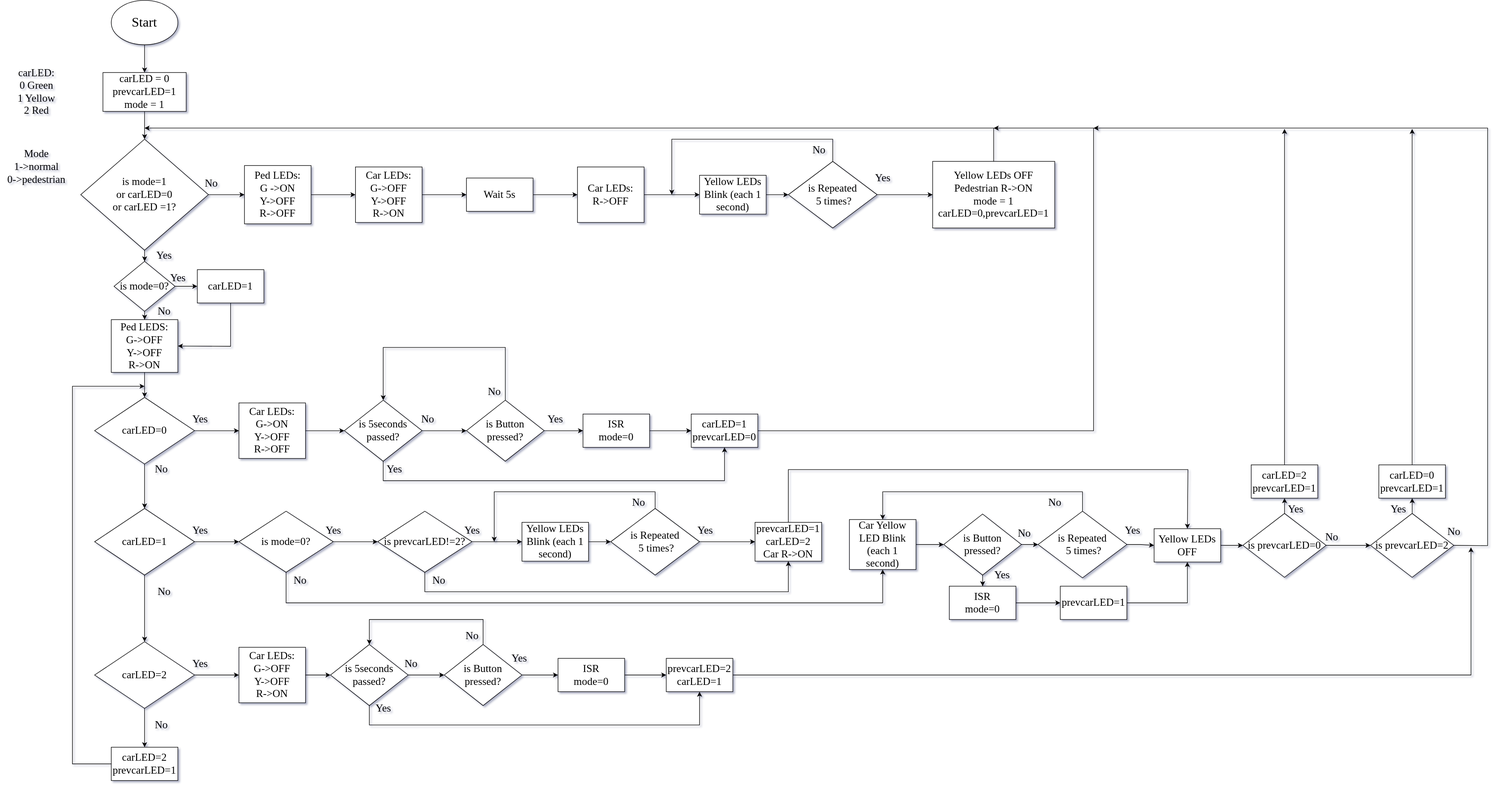
The draw.io diagram Program Flow Chart.svg in FahdSeddik/ESND-On-demand-Traffic-light-control, before a commit. Source tidied: cells renumbered, new cells last; positions are measured from the earlier drawing's top-left corner, leaving out a move shared by most shapes.
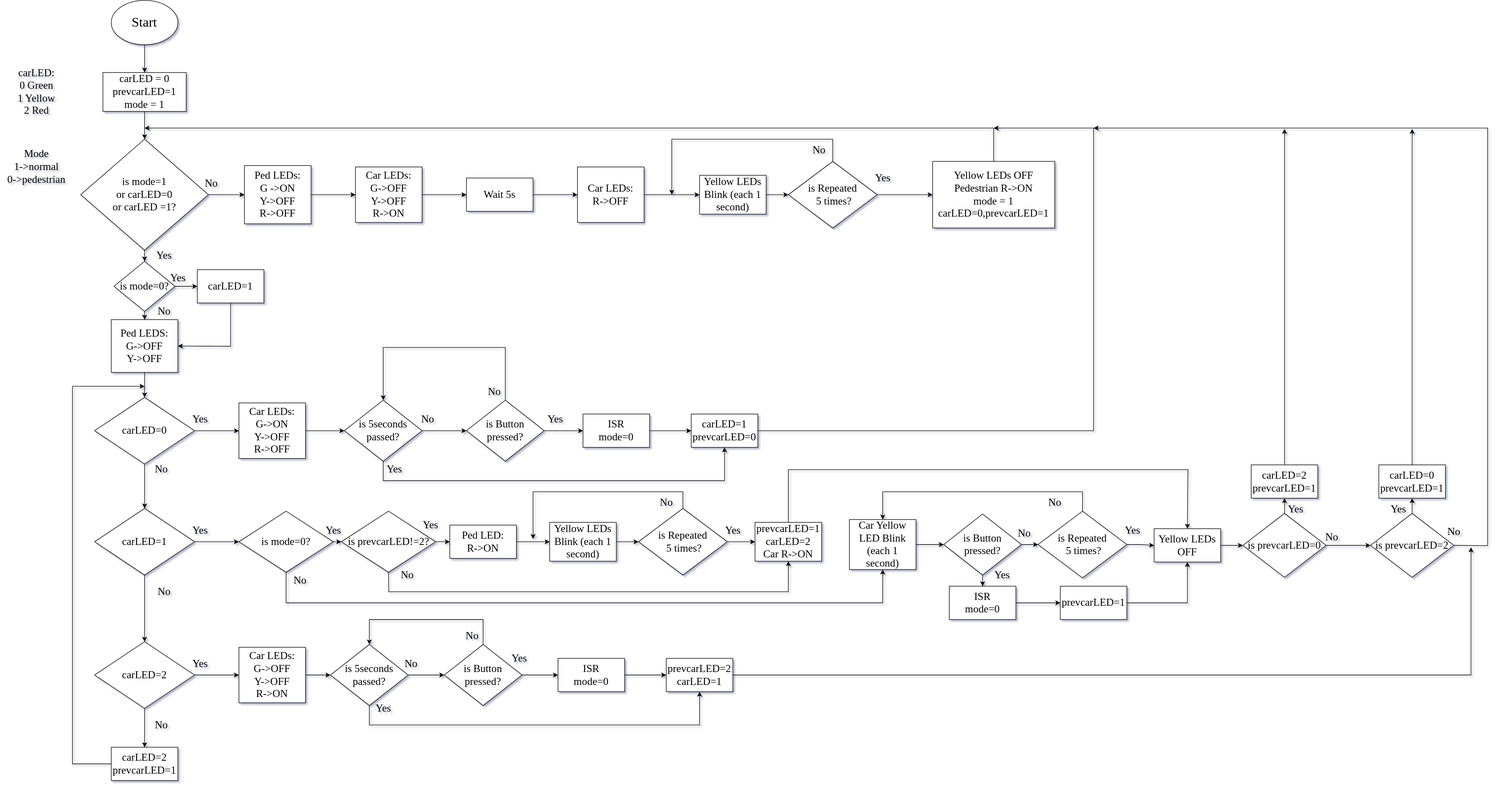
Above is the later version.

What changed in the source:
```diff
@@ -231,57 +231,57 @@
     <mxCell id="62" value="Mode&lt;br&gt;1-&amp;gt;normal&lt;br&gt;0-&amp;gt;pedestrian" style="text;html=1;align=center;verticalAlign=middle;strokeColor=none;fillColor=none;fontSize=19;fontFamily=Times New Roman;" parent="1" vertex="1">
       <mxGeometry y="260" width="130" height="80" as="geometry" />
     </mxCell>
-    <mxCell id="63" style="edgeStyle=orthogonalEdgeStyle;rounded=0;jettySize=auto;html=1;entryX=0;entryY=0.5;entryDx=0;entryDy=0;fontFamily=Times New Roman;fontSize=19;" parent="1" edge="1" source="64" target="66">
-      <mxGeometry relative="1" as="geometry" />
-    </mxCell>
+    <mxCell id="139" style="edgeStyle=orthogonalEdgeStyle;rounded=0;jettySize=auto;html=1;fontFamily=Times New Roman;fontSize=19;" parent="1" edge="1" source="64" target="141">
+      <mxGeometry relative="1" as="geometry" />
+    </mxCell>
     <mxCell id="64" value="is prevcarLED!=2?" style="rhombus;whiteSpace=wrap;html=1;fontFamily=Times New Roman;fontSize=19;" parent="1" vertex="1">
-      <mxGeometry x="680" y="920" width="170" height="110" as="geometry" />
+      <mxGeometry x="614.5" y="920" width="170" height="110" as="geometry" />
     </mxCell>
     <mxCell id="65" style="edgeStyle=orthogonalEdgeStyle;rounded=0;jettySize=auto;html=1;fontFamily=Times New Roman;fontSize=19;" parent="1" edge="1" source="66">
       <mxGeometry relative="1" as="geometry">
-        <mxPoint x="1100" y="975" as="targetPoint" />
+        <mxPoint x="1150" y="975" as="targetPoint" />
       </mxGeometry>
     </mxCell>
     <mxCell id="66" value="Yellow LEDs Blink (each 1 second)" style="whiteSpace=wrap;html=1;fontSize=19;fontFamily=Times New Roman;" parent="1" vertex="1">
-      <mxGeometry x="940" y="940" width="120" height="70" as="geometry" />
+      <mxGeometry x="990" y="940" width="120" height="70" as="geometry" />
     </mxCell>
     <mxCell id="67" style="edgeStyle=orthogonalEdgeStyle;rounded=0;jettySize=auto;html=1;fontFamily=Times New Roman;fontSize=19;" parent="1" edge="1" source="68" target="72">
       <mxGeometry relative="1" as="geometry" />
     </mxCell>
     <mxCell id="68" value="is Repeated&lt;br&gt;&amp;nbsp;5 times?" style="rhombus;whiteSpace=wrap;html=1;fontSize=19;fontFamily=Times New Roman;" parent="1" vertex="1">
-      <mxGeometry x="1100" y="915" width="160" height="120" as="geometry" />
+      <mxGeometry x="1150" y="915" width="160" height="120" as="geometry" />
     </mxCell>
     <mxCell id="69" style="endArrow=classic;html=1;rounded=0;fontFamily=Times New Roman;fontSize=19;exitX=0.5;exitY=0;exitDx=0;exitDy=0;" parent="1" edge="1" source="68">
       <mxGeometry relative="1" as="geometry">
-        <mxPoint x="890" y="975" as="targetPoint" />
+        <mxPoint x="960" y="970" as="targetPoint" />
         <Array as="points">
-          <mxPoint x="1180" y="885" />
-          <mxPoint x="890" y="885" />
+          <mxPoint x="1230" y="885" />
+          <mxPoint x="960" y="885" />
         </Array>
       </mxGeometry>
     </mxCell>
     <mxCell id="70" value="No" style="text;html=1;align=center;verticalAlign=middle;strokeColor=none;fillColor=none;fontSize=19;fontFamily=Times New Roman;" parent="1" vertex="1">
-      <mxGeometry x="1125" y="885" width="50" height="40" as="geometry" />
+      <mxGeometry x="1175" y="885" width="50" height="40" as="geometry" />
     </mxCell>
     <mxCell id="71" value="Yes" style="text;html=1;align=center;verticalAlign=middle;strokeColor=none;fillColor=none;fontSize=19;fontFamily=Times New Roman;" parent="1" vertex="1">
-      <mxGeometry x="825" y="935" width="50" height="40" as="geometry" />
+      <mxGeometry x="750" y="925" width="50" height="40" as="geometry" />
     </mxCell>
     <mxCell id="72" value="prevcarLED=1&lt;br&gt;carLED=2&lt;br&gt;Car R-&amp;gt;ON" style="whiteSpace=wrap;html=1;fontSize=19;fontFamily=Times New Roman;" parent="1" vertex="1">
       <mxGeometry x="1360" y="940" width="120" height="70" as="geometry" />
     </mxCell>
     <mxCell id="73" value="Yes" style="text;html=1;align=center;verticalAlign=middle;strokeColor=none;fillColor=none;fontSize=19;fontFamily=Times New Roman;" parent="1" vertex="1">
-      <mxGeometry x="1245" y="935" width="50" height="40" as="geometry" />
+      <mxGeometry x="1295" y="935" width="50" height="40" as="geometry" />
     </mxCell>
     <mxCell id="74" style="endArrow=classic;html=1;rounded=0;fontFamily=Times New Roman;fontSize=19;exitX=0.5;exitY=1;exitDx=0;exitDy=0;entryX=0.5;entryY=1;entryDx=0;entryDy=0;" parent="1" edge="1" source="64" target="72">
       <mxGeometry relative="1" as="geometry">
         <Array as="points">
-          <mxPoint x="765" y="1065" />
+          <mxPoint x="700" y="1065" />
           <mxPoint x="1420" y="1065" />
         </Array>
       </mxGeometry>
     </mxCell>
     <mxCell id="75" value="No" style="text;html=1;align=center;verticalAlign=middle;strokeColor=none;fillColor=none;fontSize=19;fontFamily=Times New Roman;" parent="1" vertex="1">
-      <mxGeometry x="765" y="1025" width="50" height="40" as="geometry" />
+      <mxGeometry x="707.5" y="1015" width="50" height="40" as="geometry" />
     </mxCell>
     <mxCell id="76" value="Yes" style="text;html=1;align=center;verticalAlign=middle;strokeColor=none;fillColor=none;fontSize=19;fontFamily=Times New Roman;" parent="1" vertex="1">
       <mxGeometry x="575" y="935" width="50" height="40" as="geometry" />
@@ -520,8 +520,14 @@
     <mxCell id="137" style="edgeStyle=orthogonalEdgeStyle;rounded=0;jettySize=auto;html=1;fontFamily=Times New Roman;fontSize=19;" parent="1" edge="1" source="138" target="6">
       <mxGeometry relative="1" as="geometry" />
     </mxCell>
-    <mxCell id="138" value="Ped LEDS:&lt;br&gt;G-&amp;gt;OFF&lt;br&gt;Y-&amp;gt;OFF&lt;br&gt;R-&amp;gt;ON" style="rounded=0;whiteSpace=wrap;html=1;fontFamily=Times New Roman;fontSize=19;" parent="1" vertex="1">
+    <mxCell id="138" value="Ped LEDS:&lt;br&gt;G-&amp;gt;OFF&lt;br&gt;Y-&amp;gt;OFF" style="rounded=0;whiteSpace=wrap;html=1;fontFamily=Times New Roman;fontSize=19;" parent="1" vertex="1">
       <mxGeometry x="200" y="575" width="120" height="95" as="geometry" />
     </mxCell>
+    <mxCell id="140" style="edgeStyle=orthogonalEdgeStyle;rounded=0;jettySize=auto;html=1;fontFamily=Times New Roman;fontSize=19;" parent="1" edge="1" source="141" target="66">
+      <mxGeometry relative="1" as="geometry" />
+    </mxCell>
+    <mxCell id="141" value="Ped LED:&lt;br&gt;R-&amp;gt;ON" style="whiteSpace=wrap;html=1;fontSize=19;fontFamily=Times New Roman;" parent="1" vertex="1">
+      <mxGeometry x="810" y="945" width="120" height="60" as="geometry" />
+    </mxCell>
   </root>
 </mxGraphModel>
```
